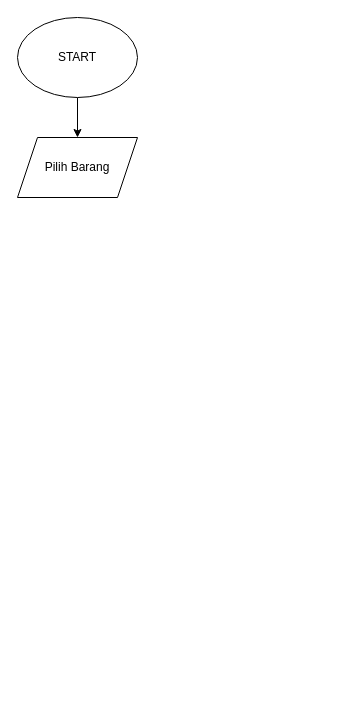
Earlier version of the draw.io diagram flowchart.drawio (Fajar-Putra-Setiawan/Fajar_Putra-Sistem_Kasir). Source tidied: cells renumbered, new cells numbered last; positions are measured from the earlier drawing's top-left corner, leaving out a move shared by most shapes. Both pictures are drawn from the tidied source at 100%, with x=0, y=0 at pixel (17, 17).
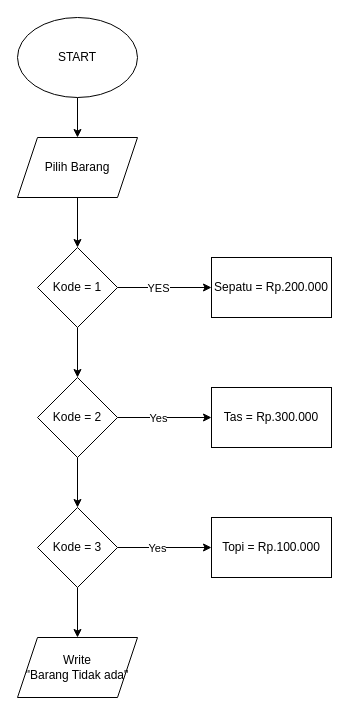
The same page after the edit.

Commit message:
Inisialisasi conditional pilih barang

The change refers to these unchanged cells:
```xml
<mxCell id="4" value="Pilih Barang" style="shape=parallelogram;perimeter=parallelogramPerimeter;whiteSpace=wrap;html=1;fixedSize=1;" parent="1" vertex="1">
  <mxGeometry y="120" width="120" height="60" as="geometry" />
</mxCell>
```

Diff of the diagram source:
```diff
@@
+    <mxCell id="5" style="edgeStyle=none;html=1;" parent="1" edge="1" source="4" target="9">
+      <mxGeometry relative="1" as="geometry" />
+    </mxCell>
@@
+    <mxCell id="6" style="edgeStyle=none;html=1;" parent="1" edge="1" source="9" target="13">
+      <mxGeometry relative="1" as="geometry" />
+    </mxCell>
+    <mxCell id="7" style="edgeStyle=none;html=1;" parent="1" edge="1" source="9" target="19">
+      <mxGeometry relative="1" as="geometry" />
+    </mxCell>
+    <mxCell id="8" value="YES" style="edgeLabel;html=1;align=center;verticalAlign=middle;" parent="7" vertex="1">
+      <mxGeometry x="-0.3" y="-1" relative="1" as="geometry">
+        <mxPoint x="7" y="-1" as="offset" />
+      </mxGeometry>
+    </mxCell>
+    <mxCell id="9" value="Kode = 1" style="rhombus;whiteSpace=wrap;html=1;" parent="1" vertex="1">
+      <mxGeometry x="20" y="230" width="80" height="80" as="geometry" />
+    </mxCell>
+    <mxCell id="10" style="edgeStyle=none;html=1;" parent="1" edge="1" source="13" target="17">
+      <mxGeometry relative="1" as="geometry" />
+    </mxCell>
+    <mxCell id="11" style="edgeStyle=none;html=1;" parent="1" edge="1" source="13" target="20">
+      <mxGeometry relative="1" as="geometry" />
+    </mxCell>
+    <mxCell id="12" value="Yes" style="edgeLabel;html=1;align=center;verticalAlign=middle;" parent="11" vertex="1">
+      <mxGeometry x="-0.35" y="3" relative="1" as="geometry">
+        <mxPoint x="9" y="3" as="offset" />
+      </mxGeometry>
+    </mxCell>
+    <mxCell id="13" value="Kode = 2" style="rhombus;whiteSpace=wrap;html=1;" parent="1" vertex="1">
+      <mxGeometry x="20" y="360" width="80" height="80" as="geometry" />
+    </mxCell>
+    <mxCell id="14" style="edgeStyle=none;html=1;" parent="1" edge="1" source="17" target="18">
+      <mxGeometry relative="1" as="geometry" />
+    </mxCell>
+    <mxCell id="15" style="edgeStyle=none;html=1;" parent="1" edge="1" source="17" target="21">
+      <mxGeometry relative="1" as="geometry" />
+    </mxCell>
+    <mxCell id="16" value="Yes" style="edgeLabel;html=1;align=center;verticalAlign=middle;" parent="15" vertex="1">
+      <mxGeometry x="-0.33" y="2" relative="1" as="geometry">
+        <mxPoint x="8" y="2" as="offset" />
+      </mxGeometry>
+    </mxCell>
+    <mxCell id="17" value="Kode = 3" style="rhombus;whiteSpace=wrap;html=1;" parent="1" vertex="1">
+      <mxGeometry x="20" y="490" width="80" height="80" as="geometry" />
+    </mxCell>
+    <mxCell id="18" value="Write&lt;br&gt;&quot;Barang Tidak ada&quot;" style="shape=parallelogram;perimeter=parallelogramPerimeter;whiteSpace=wrap;html=1;fixedSize=1;" parent="1" vertex="1">
+      <mxGeometry y="620" width="120" height="60" as="geometry" />
+    </mxCell>
+    <mxCell id="19" value="Sepatu = Rp.200.000" style="whiteSpace=wrap;html=1;" parent="1" vertex="1">
+      <mxGeometry x="194" y="240" width="120" height="60" as="geometry" />
+    </mxCell>
+    <mxCell id="20" value="Tas = Rp.300.000" style="whiteSpace=wrap;html=1;" parent="1" vertex="1">
+      <mxGeometry x="194" y="370" width="120" height="60" as="geometry" />
+    </mxCell>
+    <mxCell id="21" value="Topi = Rp.100.000" style="whiteSpace=wrap;html=1;" parent="1" vertex="1">
+      <mxGeometry x="194" y="500" width="120" height="60" as="geometry" />
+    </mxCell>
```
